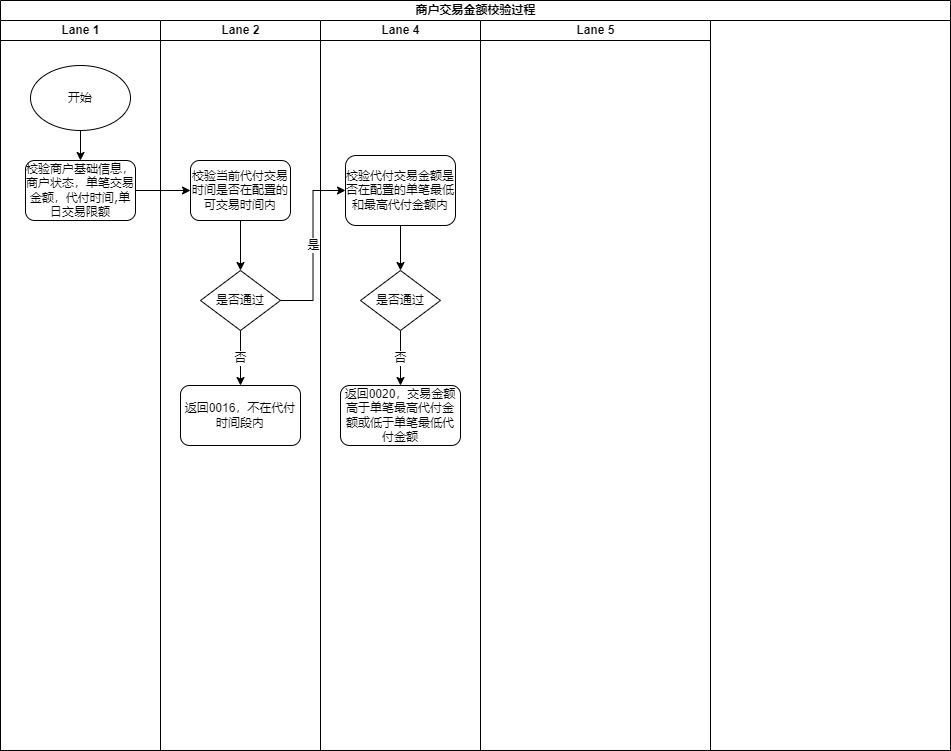
The draw.io diagram 商户交易金额校验以及手续费计算.png in songyibo2019/mydiagrams, before a commit. Source tidied: cells renumbered, new cells last; positions are measured from the earlier drawing's top-left corner, leaving out a move shared by most shapes.
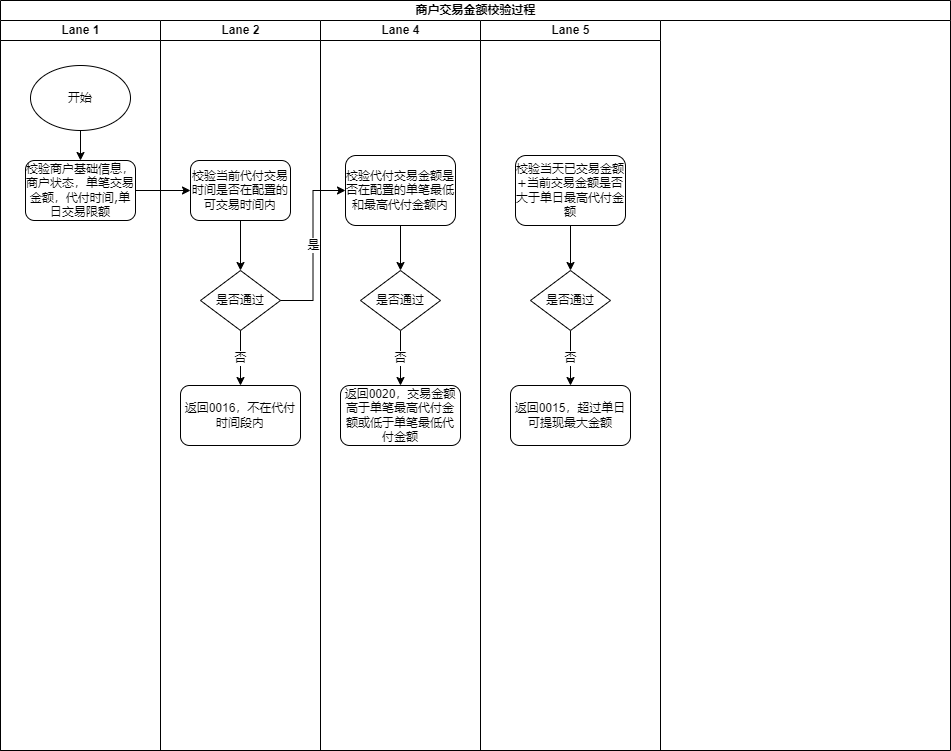
After the commit.

Commit message:
Update 商户交易金额校验以及手续费计算.png

Change to the diagram source:
```diff
@@ -54,8 +54,23 @@
       <mxGeometry x="20" y="365" width="120" height="60" as="geometry" />
     </mxCell>
     <mxCell id="19" value="Lane 5" style="swimlane;html=1;startSize=20;" parent="2" vertex="1">
-      <mxGeometry x="480" y="20" width="230" height="730" as="geometry" />
+      <mxGeometry x="480" y="20" width="180" height="730" as="geometry" />
     </mxCell>
+    <mxCell id="22" style="edgeStyle=orthogonalEdgeStyle;rounded=0;jettySize=auto;html=1;exitX=0.5;exitY=1;exitDx=0;exitDy=0;" parent="19" edge="1" source="23" target="25">
+      <mxGeometry relative="1" as="geometry" />
+    </mxCell>
+    <mxCell id="23" value="&lt;span style=&quot;font-size: 8px&quot;&gt;校验当天已交易金额+当前交易金额是否大于单日最高代付金额&lt;/span&gt;" style="rounded=1;whiteSpace=wrap;html=1;shadow=0;labelBackgroundColor=none;strokeWidth=1;fontFamily=Verdana;fontSize=8;align=center;" parent="19" vertex="1">
+      <mxGeometry x="35" y="135" width="110" height="70" as="geometry" />
+    </mxCell>
+    <mxCell id="24" value="否" style="edgeStyle=orthogonalEdgeStyle;rounded=0;jettySize=auto;html=1;exitX=0.5;exitY=1;exitDx=0;exitDy=0;entryX=0.5;entryY=0;entryDx=0;entryDy=0;" parent="19" edge="1" source="25" target="26">
+      <mxGeometry relative="1" as="geometry" />
+    </mxCell>
+    <mxCell id="25" value="&lt;span style=&quot;font-size: 11px&quot;&gt;是否通过&lt;/span&gt;" style="rhombus;whiteSpace=wrap;html=1;rounded=0;shadow=0;labelBackgroundColor=none;strokeWidth=1;fontFamily=Verdana;fontSize=8;align=center;" parent="19" vertex="1">
+      <mxGeometry x="50" y="250" width="80" height="60" as="geometry" />
+    </mxCell>
+    <mxCell id="26" value="返回0015，超过单日可提现最大金额" style="rounded=1;whiteSpace=wrap;html=1;" parent="19" vertex="1">
+      <mxGeometry x="30" y="365" width="120" height="60" as="geometry" />
+    </mxCell>
     <mxCell id="20" style="edgeStyle=orthogonalEdgeStyle;rounded=0;jettySize=auto;html=1;exitX=1;exitY=0.5;exitDx=0;exitDy=0;entryX=0;entryY=0.5;entryDx=0;entryDy=0;" parent="2" edge="1" source="4" target="9">
       <mxGeometry relative="1" as="geometry" />
     </mxCell>
```
